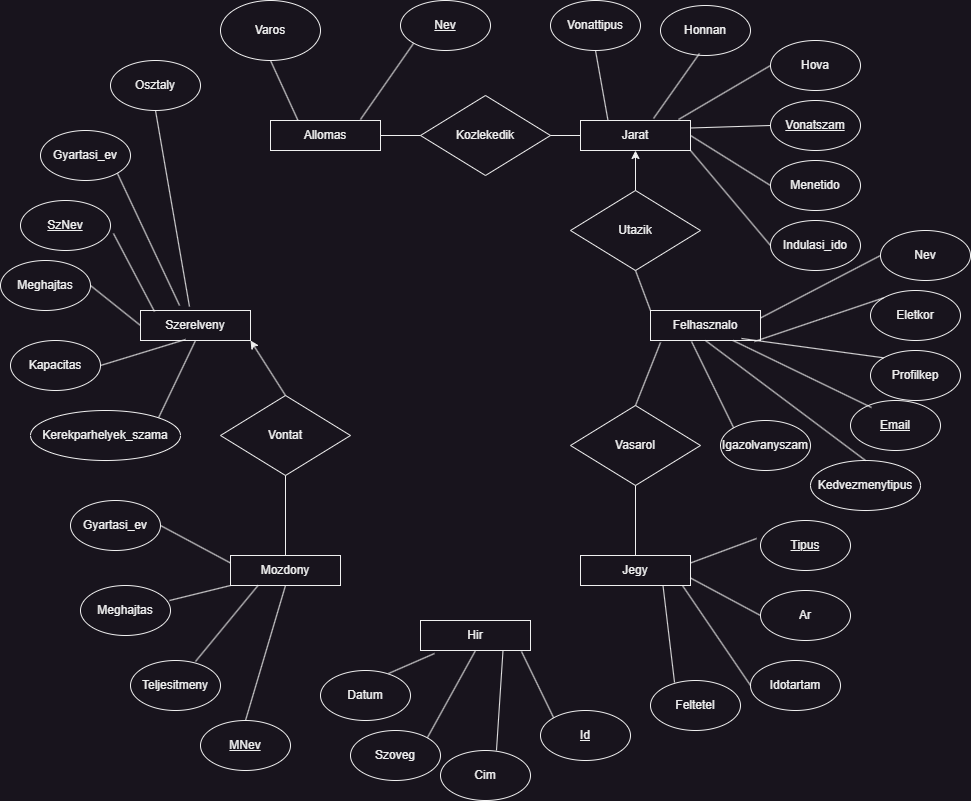
The draw.io diagram Doksi képek és modellek/Vasut EK.drawio.png in sanyopapa/adatb_alapu, before a commit. Source tidied: cells renumbered, new cells last; positions are measured from the earlier drawing's top-left corner, leaving out a move shared by most shapes.
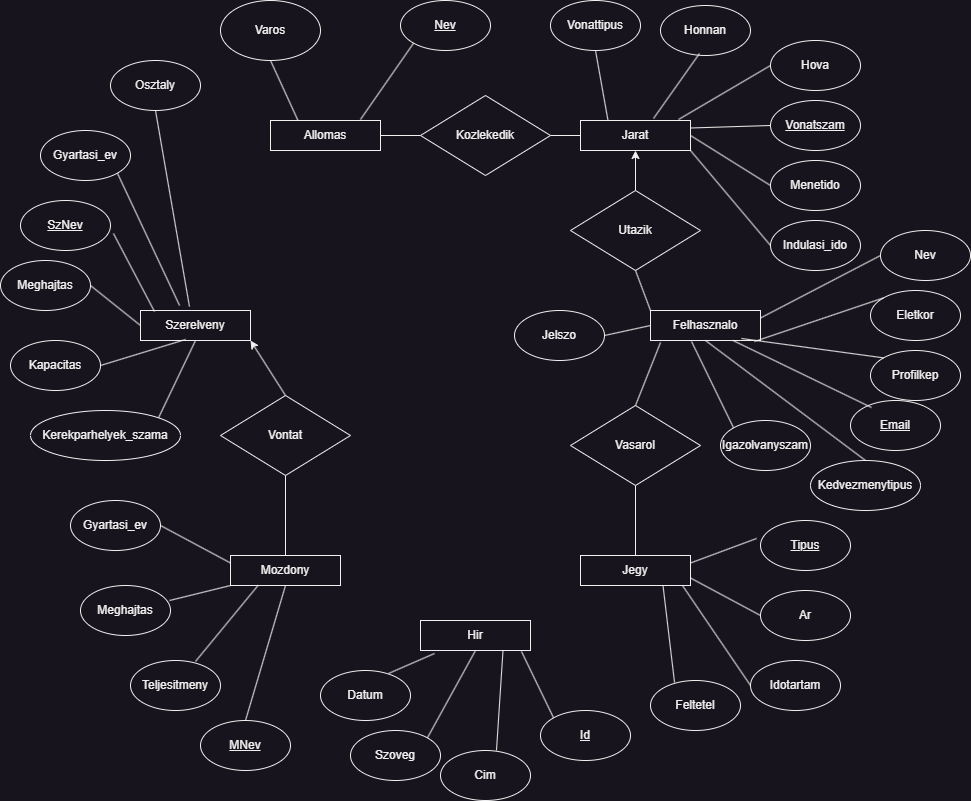
Above is the later version.

The edit, as a diff of the source:
```diff
@@ -251,5 +251,11 @@
     <mxCell id="84" style="endArrow=classic;html=1;rounded=0;entryX=1;entryY=1;entryDx=0;entryDy=0;exitX=0.5;exitY=0;exitDx=0;exitDy=0;" parent="1" edge="1" source="82" target="60">
       <mxGeometry relative="1" as="geometry" />
     </mxCell>
+    <mxCell id="85" value="Jelszo" style="ellipse;whiteSpace=wrap;html=1;" parent="1" vertex="1">
+      <mxGeometry x="514" y="310" width="90" height="50" as="geometry" />
+    </mxCell>
+    <mxCell id="86" style="endArrow=none;html=1;rounded=0;entryX=0;entryY=0.5;entryDx=0;entryDy=0;exitX=1;exitY=0.5;exitDx=0;exitDy=0;" parent="1" edge="1" source="85" target="20">
+      <mxGeometry relative="1" as="geometry" />
+    </mxCell>
   </root>
 </mxGraphModel>
```
